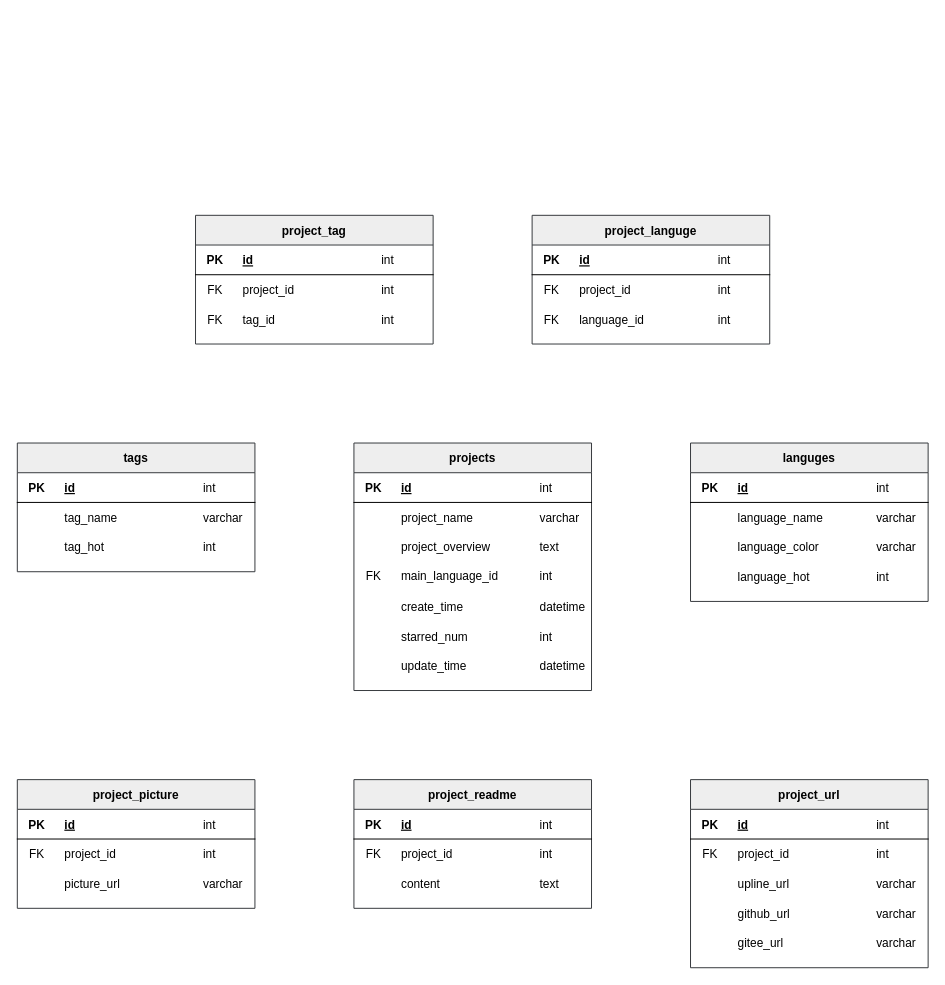
This is E-RDiagram.drawio from zhouxusoft/ProjectDisplayPlatform, a draw.io file, before an edit. Source tidied: cells renumbered, new cells numbered last; positions are measured from the earlier drawing's top-left corner, leaving out a move shared by most shapes. Both pictures are drawn from the tidied source at 99%, with x=0, y=0 at pixel (17, 215).
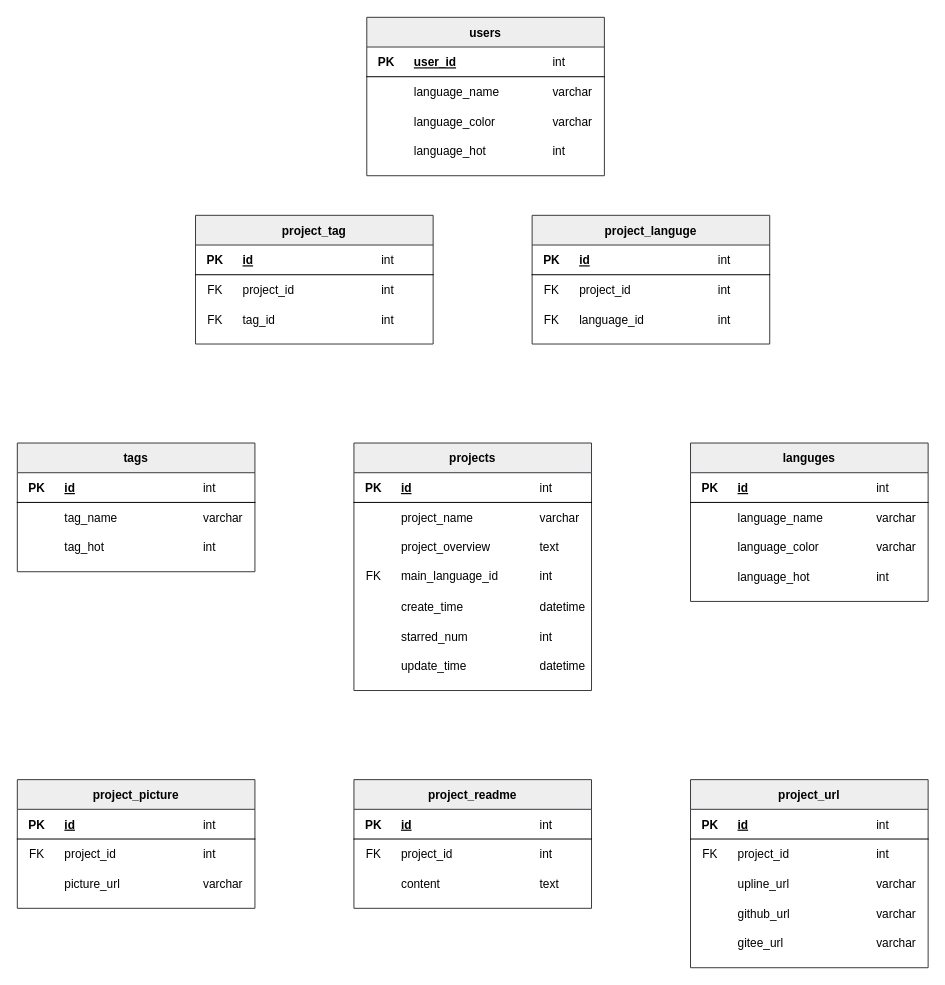
Above is the later version.

The edit, as a diff of the source:
```diff
@@
+    <mxCell id="134" value="users" style="shape=table;startSize=30;childLayout=tableLayout;rowLines=0;fontStyle=1;align=center;shadow=0;rounded=0;swimlaneLine=1;columnLines=0;labelBorderColor=none;bottom=1;left=1;right=1;fillStyle=auto;fillColor=#eeeeee;strokeColor=#36393d;" parent="1" vertex="1">
+      <mxGeometry x="353" y="-200" width="240" height="160" as="geometry" />
+    </mxCell>
+    <mxCell id="135" style="shape=partialRectangle;fillColor=none;top=0;left=0;right=0;bottom=1;" parent="134" vertex="1">
+      <mxGeometry y="30" width="240" height="30" as="geometry" />
+    </mxCell>
+    <mxCell id="136" value="PK" style="shape=partialRectangle;overflow=hidden;fillColor=none;top=0;left=0;bottom=0;right=0;fontStyle=1;" parent="135" vertex="1">
+      <mxGeometry width="40" height="30" as="geometry" />
+    </mxCell>
+    <mxCell id="137" value="user_id" style="shape=partialRectangle;overflow=hidden;fillColor=none;top=0;left=0;bottom=0;right=0;align=left;spacingLeft=6;fontStyle=5;" parent="135" vertex="1">
+      <mxGeometry x="40" width="140" height="30" as="geometry" />
+    </mxCell>
+    <mxCell id="138" value="int" style="shape=partialRectangle;overflow=hidden;fillColor=none;top=0;left=0;bottom=0;right=0;align=left;spacingLeft=6;fontStyle=0;dashed=1;" parent="135" vertex="1">
+      <mxGeometry x="180" width="60" height="30" as="geometry" />
+    </mxCell>
+    <mxCell id="139" style="shape=partialRectangle;fillColor=none;top=0;left=0;right=0;bottom=0;" parent="134" vertex="1">
+      <mxGeometry y="60" width="240" height="30" as="geometry" />
+    </mxCell>
+    <mxCell id="140" style="shape=partialRectangle;overflow=hidden;fillColor=none;top=0;left=0;bottom=0;right=0;" parent="139" vertex="1">
+      <mxGeometry width="40" height="30" as="geometry" />
+    </mxCell>
+    <mxCell id="141" value="language_name" style="shape=partialRectangle;overflow=hidden;fillColor=none;top=0;left=0;bottom=0;right=0;align=left;spacingLeft=6;" parent="139" vertex="1">
+      <mxGeometry x="40" width="140" height="30" as="geometry" />
+    </mxCell>
+    <mxCell id="142" value="varchar" style="shape=partialRectangle;overflow=hidden;fillColor=none;top=0;left=0;bottom=0;right=0;align=left;spacingLeft=6;dashed=1;" parent="139" vertex="1">
+      <mxGeometry x="180" width="60" height="30" as="geometry" />
+    </mxCell>
+    <mxCell id="143" style="shape=partialRectangle;fillColor=none;top=0;left=0;right=0;bottom=0;" parent="134" vertex="1">
+      <mxGeometry y="90" width="240" height="30" as="geometry" />
+    </mxCell>
+    <mxCell id="144" style="shape=partialRectangle;overflow=hidden;fillColor=none;top=0;left=0;bottom=0;right=0;" parent="143" vertex="1">
+      <mxGeometry width="40" height="30" as="geometry" />
+    </mxCell>
+    <mxCell id="145" value="language_color" style="shape=partialRectangle;overflow=hidden;fillColor=none;top=0;left=0;bottom=0;right=0;align=left;spacingLeft=6;" parent="143" vertex="1">
+      <mxGeometry x="40" width="140" height="30" as="geometry" />
+    </mxCell>
+    <mxCell id="146" value="varchar" style="shape=partialRectangle;overflow=hidden;fillColor=none;top=0;left=0;bottom=0;right=0;align=left;spacingLeft=6;" parent="143" vertex="1">
+      <mxGeometry x="180" width="60" height="30" as="geometry" />
+    </mxCell>
+    <mxCell id="147" style="shape=partialRectangle;fillColor=none;top=0;left=0;right=0;bottom=0;" parent="134" vertex="1">
+      <mxGeometry y="120" width="240" height="30" as="geometry" />
+    </mxCell>
+    <mxCell id="148" style="shape=partialRectangle;overflow=hidden;fillColor=none;top=0;left=0;bottom=0;right=0;" parent="147" vertex="1">
+      <mxGeometry width="40" height="30" as="geometry" />
+    </mxCell>
+    <mxCell id="149" value="language_hot" style="shape=partialRectangle;overflow=hidden;fillColor=none;top=0;left=0;bottom=0;right=0;align=left;spacingLeft=6;" parent="147" vertex="1">
+      <mxGeometry x="40" width="140" height="30" as="geometry" />
+    </mxCell>
+    <mxCell id="150" value="int" style="shape=partialRectangle;overflow=hidden;fillColor=none;top=0;left=0;bottom=0;right=0;align=left;spacingLeft=6;dashed=1;" parent="147" vertex="1">
+      <mxGeometry x="180" width="60" height="30" as="geometry" />
+    </mxCell>
```
